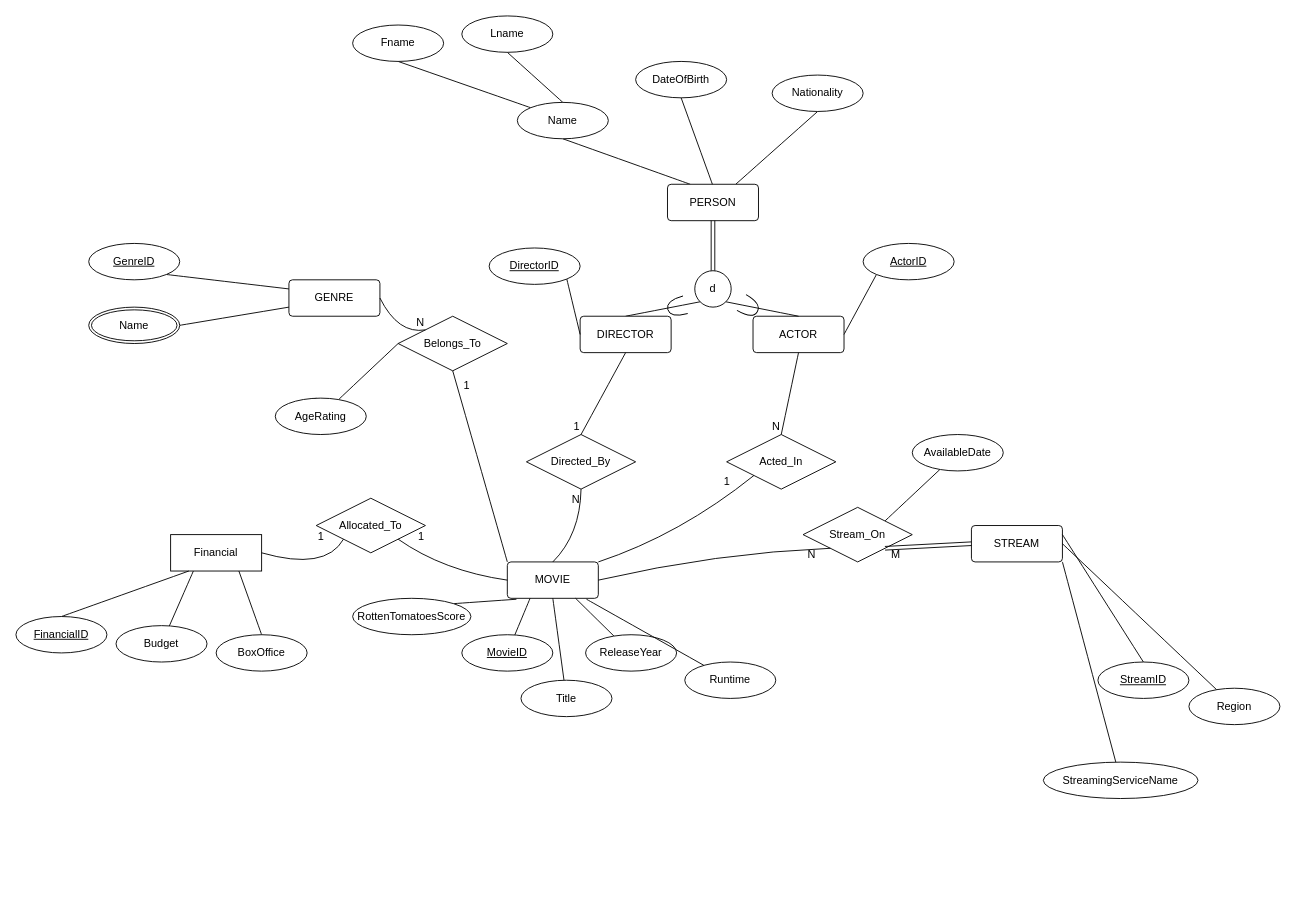
This is MovieBaseEER.drawio from miguelTrC/MovieBaseDB, a draw.io file, before an edit. Source tidied: cells renumbered, new cells numbered last; positions are measured from the earlier drawing's top-left corner, leaving out a move shared by most shapes. Both pictures are drawn from the tidied source at 91%, with x=0, y=0 at pixel (15, 15).
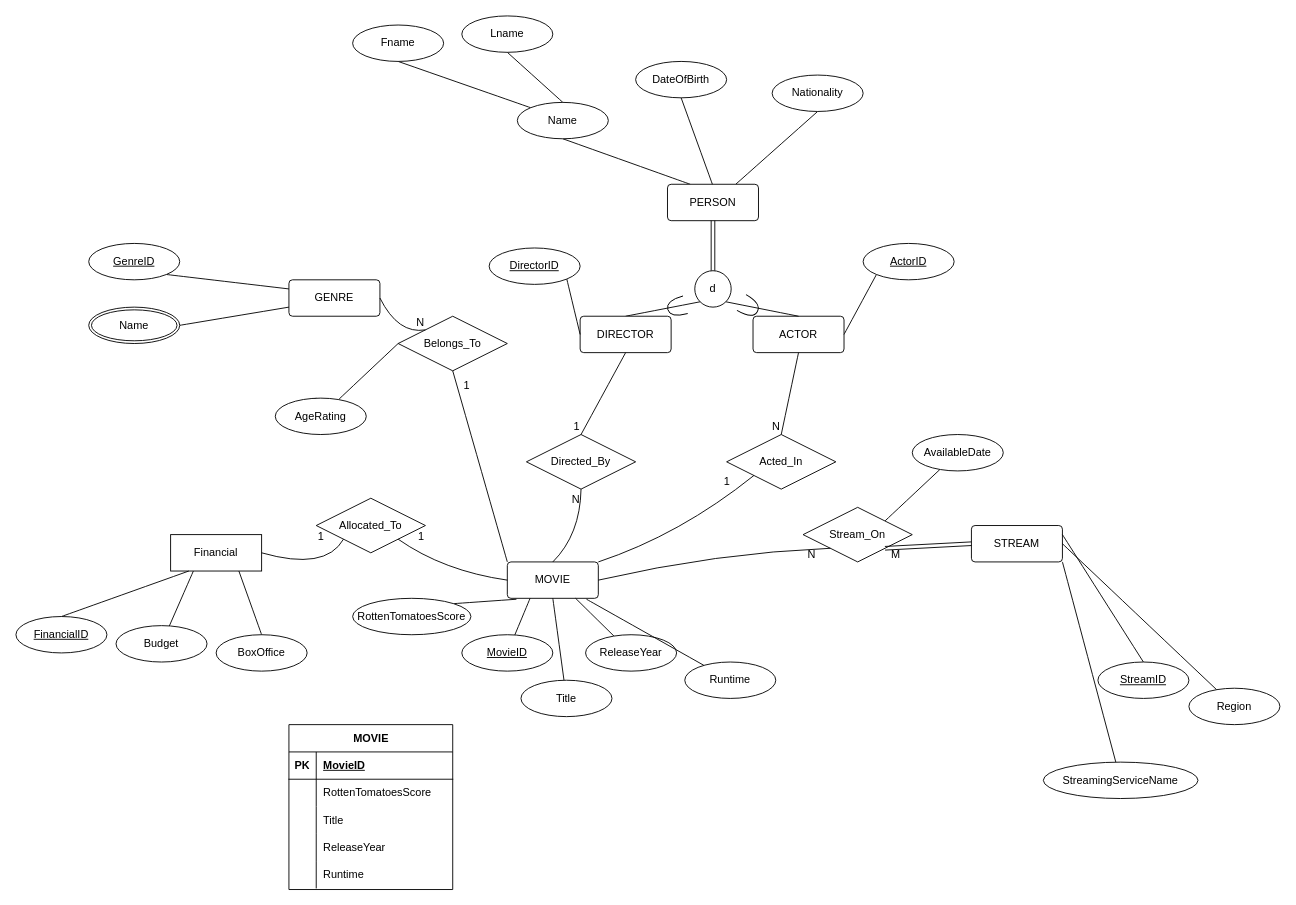
Above is the later version.

Commit message:
Working on relational Model

The edit, as a diff of the source:
```diff
@@
+    <mxCell id="86" value="MOVIE" style="shape=table;startSize=30;childLayout=tableLayout;rowLines=0;fontStyle=1;align=center;html=1;" parent="1" vertex="1">
+      <mxGeometry x="300" y="778.8" width="180" height="181.2" as="geometry" />
+    </mxCell>
+    <mxCell id="87" style="shape=tableRow;horizontal=0;startSize=0;swimlaneHead=0;swimlaneBody=0;fillColor=none;top=0;left=0;right=0;bottom=1;" parent="86" vertex="1">
+      <mxGeometry y="30" width="180" height="30" as="geometry" />
+    </mxCell>
+    <mxCell id="88" value="PK" style="shape=partialRectangle;fillColor=none;top=0;left=0;bottom=0;right=0;fontStyle=1;overflow=hidden;whiteSpace=wrap;html=1;" parent="87" vertex="1">
+      <mxGeometry width="30" height="30" as="geometry" />
+    </mxCell>
+    <mxCell id="89" value="MovieID" style="shape=partialRectangle;fillColor=none;top=0;left=0;bottom=0;right=0;align=left;spacingLeft=6;fontStyle=5;overflow=hidden;whiteSpace=wrap;html=1;" parent="87" vertex="1">
+      <mxGeometry x="30" width="150" height="30" as="geometry" />
+    </mxCell>
+    <mxCell id="90" style="shape=tableRow;horizontal=0;startSize=0;swimlaneHead=0;swimlaneBody=0;fillColor=none;top=0;left=0;right=0;bottom=0;" parent="86" vertex="1">
+      <mxGeometry y="60" width="180" height="30" as="geometry" />
+    </mxCell>
+    <mxCell id="91" style="shape=partialRectangle;fillColor=none;top=0;left=0;bottom=0;right=0;overflow=hidden;whiteSpace=wrap;html=1;" parent="90" vertex="1">
+      <mxGeometry width="30" height="30" as="geometry" />
+    </mxCell>
+    <mxCell id="92" value="RottenTomatoesScore" style="shape=partialRectangle;fillColor=none;top=0;left=0;bottom=0;right=0;align=left;spacingLeft=6;overflow=hidden;whiteSpace=wrap;html=1;" parent="90" vertex="1">
+      <mxGeometry x="30" width="150" height="30" as="geometry" />
+    </mxCell>
+    <mxCell id="93" style="shape=tableRow;horizontal=0;startSize=0;swimlaneHead=0;swimlaneBody=0;fillColor=none;top=0;left=0;right=0;bottom=0;" parent="86" vertex="1">
+      <mxGeometry y="90" width="180" height="30" as="geometry" />
+    </mxCell>
+    <mxCell id="94" style="shape=partialRectangle;fillColor=none;top=0;left=0;bottom=0;right=0;overflow=hidden;whiteSpace=wrap;html=1;" parent="93" vertex="1">
+      <mxGeometry width="30" height="30" as="geometry" />
+    </mxCell>
+    <mxCell id="95" value="Title" style="shape=partialRectangle;fillColor=none;top=0;left=0;bottom=0;right=0;align=left;spacingLeft=6;overflow=hidden;whiteSpace=wrap;html=1;" parent="93" vertex="1">
+      <mxGeometry x="30" width="150" height="30" as="geometry" />
+    </mxCell>
+    <mxCell id="96" style="shape=tableRow;horizontal=0;startSize=0;swimlaneHead=0;swimlaneBody=0;fillColor=none;top=0;left=0;right=0;bottom=0;" parent="86" vertex="1">
+      <mxGeometry y="120" width="180" height="30" as="geometry" />
+    </mxCell>
+    <mxCell id="97" value="&lt;div&gt;&lt;br&gt;&lt;/div&gt;" style="shape=partialRectangle;fillColor=none;top=0;left=0;bottom=0;right=0;overflow=hidden;whiteSpace=wrap;html=1;" parent="96" vertex="1">
+      <mxGeometry width="30" height="30" as="geometry" />
+    </mxCell>
+    <mxCell id="98" value="ReleaseYear" style="shape=partialRectangle;fillColor=none;top=0;left=0;bottom=0;right=0;align=left;spacingLeft=6;overflow=hidden;whiteSpace=wrap;html=1;" parent="96" vertex="1">
+      <mxGeometry x="30" width="150" height="30" as="geometry" />
+    </mxCell>
+    <mxCell id="99" style="shape=tableRow;horizontal=0;startSize=0;swimlaneHead=0;swimlaneBody=0;fillColor=none;top=0;left=0;right=0;bottom=0;" parent="86" vertex="1">
+      <mxGeometry y="150" width="180" height="30" as="geometry" />
+    </mxCell>
+    <mxCell id="100" value="&lt;div&gt;&lt;br&gt;&lt;/div&gt;" style="shape=partialRectangle;fillColor=none;top=0;left=0;bottom=0;right=0;overflow=hidden;whiteSpace=wrap;html=1;" parent="99" vertex="1">
+      <mxGeometry width="30" height="30" as="geometry" />
+    </mxCell>
+    <mxCell id="101" value="Runtime" style="shape=partialRectangle;fillColor=none;top=0;left=0;bottom=0;right=0;align=left;spacingLeft=6;overflow=hidden;whiteSpace=wrap;html=1;" parent="99" vertex="1">
+      <mxGeometry x="30" width="150" height="30" as="geometry" />
+    </mxCell>
```
